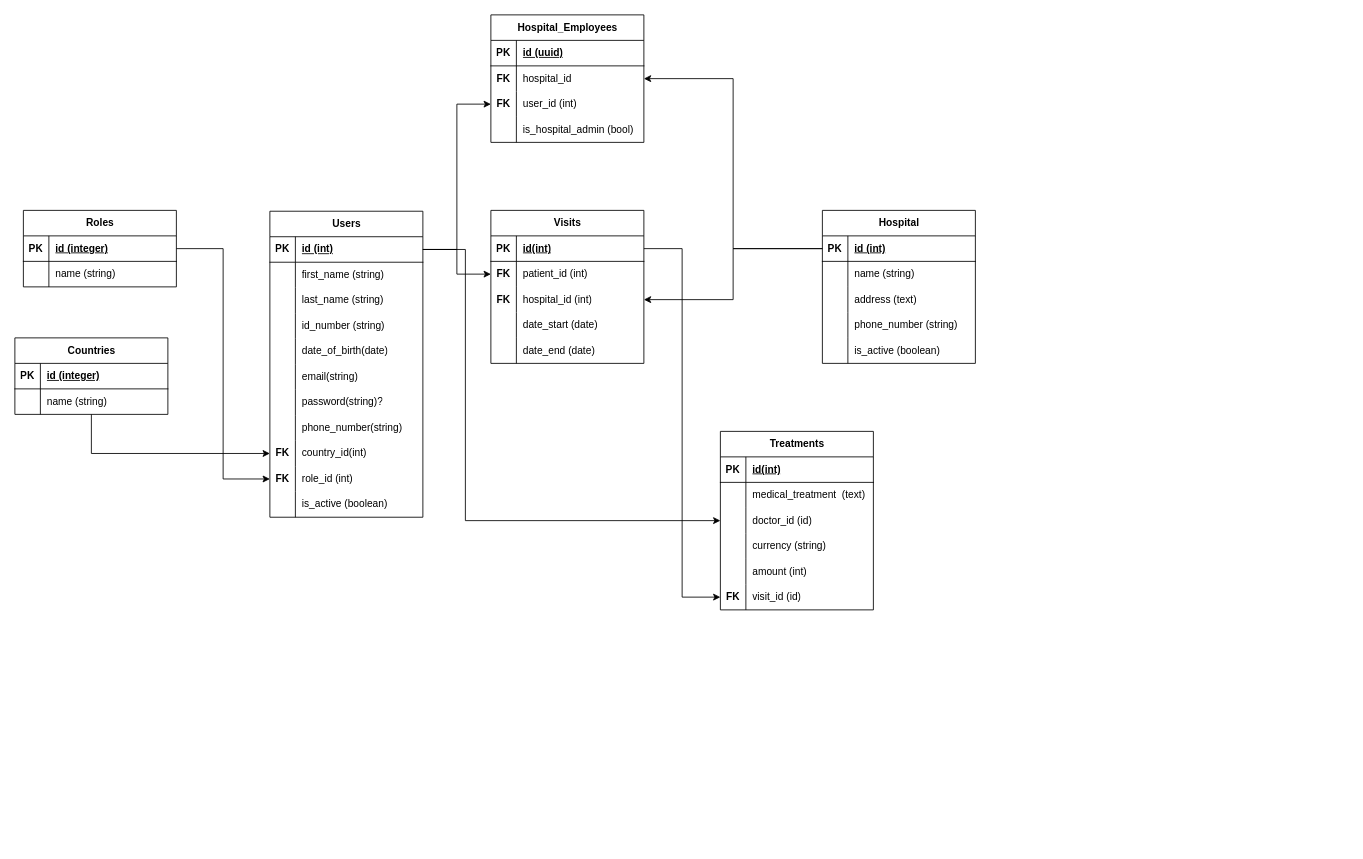
Above: Untitled Diagram.drawio in fao30/hospital-management-be (draw.io), before the change. Source tidied: cells renumbered, new cells numbered last; positions are measured from the earlier drawing's top-left corner, leaving out a move shared by most shapes. Both pictures are drawn from the tidied source at 85%, with x=0, y=0 at pixel (14, 14).
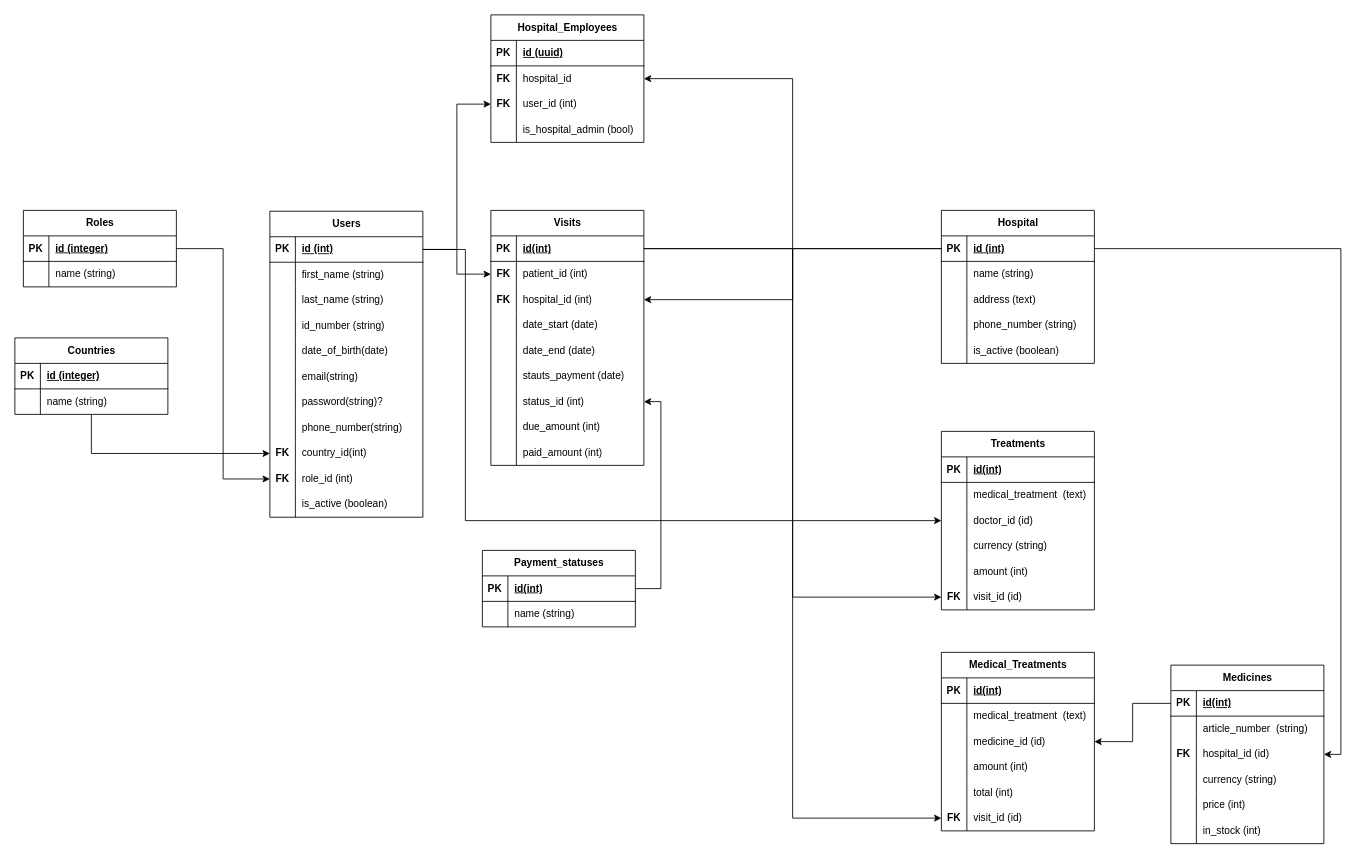
Above is the later version.

The change refers to these unchanged cells:
```xml
<mxCell id="10" style="shape=tableRow;horizontal=0;startSize=0;swimlaneHead=0;swimlaneBody=0;fillColor=none;points=[[0,0.5],[1,0.5]];portConstraint=eastwest;top=0;left=0;right=0;bottom=1;" parent="9" vertex="1">
  <mxGeometry y="30" width="180" height="30" as="geometry" />
</mxCell>
<mxCell id="69" style="shape=tableRow;horizontal=0;startSize=0;swimlaneHead=0;swimlaneBody=0;fillColor=none;points=[[0,0.5],[1,0.5]];portConstraint=eastwest;top=0;left=0;right=0;bottom=1;" parent="68" vertex="1">
  <mxGeometry y="30" width="180" height="30" as="geometry" />
</mxCell>
```

What changed in the source:
```diff
@@
     <mxCell id="9" value="Hospital" style="shape=table;startSize=30;childLayout=tableLayout;rowLines=0;fontStyle=1;align=center;html=1;" parent="1" vertex="1">
-      <mxGeometry x="950" y="230" width="180" height="180" as="geometry" />
+      <mxGeometry x="1090" y="230" width="180" height="180" as="geometry" />
     </mxCell>
@@
     <mxCell id="68" value="Visits" style="shape=table;startSize=30;childLayout=tableLayout;rowLines=0;fontStyle=1;align=center;html=1;" parent="1" vertex="1">
-      <mxGeometry x="560" y="230" width="180" height="180" as="geometry" />
+      <mxGeometry x="560" y="230" width="180" height="300" as="geometry" />
     </mxCell>
@@
+    <mxCell id="122" style="shape=tableRow;horizontal=0;startSize=0;swimlaneHead=0;swimlaneBody=0;fillColor=none;top=0;left=0;right=0;bottom=0;" parent="68" vertex="1">
+      <mxGeometry y="180" width="180" height="30" as="geometry" />
+    </mxCell>
+    <mxCell id="123" style="shape=partialRectangle;fillColor=none;top=0;left=0;bottom=0;right=0;overflow=hidden;whiteSpace=wrap;html=1;" parent="122" vertex="1">
+      <mxGeometry width="30" height="30" as="geometry" />
+    </mxCell>
+    <mxCell id="124" value="stauts_payment (date)" style="shape=partialRectangle;fillColor=none;top=0;left=0;bottom=0;right=0;align=left;spacingLeft=6;overflow=hidden;whiteSpace=wrap;html=1;" parent="122" vertex="1">
+      <mxGeometry x="30" width="150" height="30" as="geometry" />
+    </mxCell>
+    <mxCell id="125" style="shape=tableRow;horizontal=0;startSize=0;swimlaneHead=0;swimlaneBody=0;fillColor=none;points=[[0,0.5],[1,0.5]];portConstraint=eastwest;top=0;left=0;right=0;bottom=0;" parent="68" vertex="1">
+      <mxGeometry y="210" width="180" height="30" as="geometry" />
+    </mxCell>
+    <mxCell id="126" style="shape=partialRectangle;fillColor=none;top=0;left=0;bottom=0;right=0;overflow=hidden;whiteSpace=wrap;html=1;" parent="125" vertex="1">
+      <mxGeometry width="30" height="30" as="geometry" />
+    </mxCell>
+    <mxCell id="127" value="status_id (int)" style="shape=partialRectangle;fillColor=none;top=0;left=0;bottom=0;right=0;align=left;spacingLeft=6;overflow=hidden;whiteSpace=wrap;html=1;" parent="125" vertex="1">
+      <mxGeometry x="30" width="150" height="30" as="geometry" />
+    </mxCell>
+    <mxCell id="128" style="shape=tableRow;horizontal=0;startSize=0;swimlaneHead=0;swimlaneBody=0;fillColor=none;top=0;left=0;right=0;bottom=0;" parent="68" vertex="1">
+      <mxGeometry y="240" width="180" height="30" as="geometry" />
+    </mxCell>
+    <mxCell id="129" style="shape=partialRectangle;fillColor=none;top=0;left=0;bottom=0;right=0;overflow=hidden;whiteSpace=wrap;html=1;" parent="128" vertex="1">
+      <mxGeometry width="30" height="30" as="geometry" />
+    </mxCell>
+    <mxCell id="130" value="due_amount (int)" style="shape=partialRectangle;fillColor=none;top=0;left=0;bottom=0;right=0;align=left;spacingLeft=6;overflow=hidden;whiteSpace=wrap;html=1;" parent="128" vertex="1">
+      <mxGeometry x="30" width="150" height="30" as="geometry" />
+    </mxCell>
+    <mxCell id="131" style="shape=tableRow;horizontal=0;startSize=0;swimlaneHead=0;swimlaneBody=0;fillColor=none;top=0;left=0;right=0;bottom=0;" parent="68" vertex="1">
+      <mxGeometry y="270" width="180" height="30" as="geometry" />
+    </mxCell>
+    <mxCell id="132" style="shape=partialRectangle;fillColor=none;top=0;left=0;bottom=0;right=0;overflow=hidden;whiteSpace=wrap;html=1;" parent="131" vertex="1">
+      <mxGeometry width="30" height="30" as="geometry" />
+    </mxCell>
+    <mxCell id="133" value="paid_amount (int)" style="shape=partialRectangle;fillColor=none;top=0;left=0;bottom=0;right=0;align=left;spacingLeft=6;overflow=hidden;whiteSpace=wrap;html=1;" parent="131" vertex="1">
+      <mxGeometry x="30" width="150" height="30" as="geometry" />
+    </mxCell>
@@
     <mxCell id="101" value="Treatments" style="shape=table;startSize=30;childLayout=tableLayout;rowLines=0;fontStyle=1;align=center;html=1;" parent="1" vertex="1">
-      <mxGeometry x="830" y="490" width="180" height="210" as="geometry" />
+      <mxGeometry x="1090" y="490" width="180" height="210" as="geometry" />
     </mxCell>
@@
+    <mxCell id="134" value="Payment_statuses" style="shape=table;startSize=30;childLayout=tableLayout;rowLines=0;fontStyle=1;align=center;html=1;" parent="1" vertex="1">
+      <mxGeometry x="550" y="630" width="180" height="90" as="geometry" />
+    </mxCell>
+    <mxCell id="135" style="shape=tableRow;horizontal=0;startSize=0;swimlaneHead=0;swimlaneBody=0;fillColor=none;points=[[0,0.5],[1,0.5]];portConstraint=eastwest;top=0;left=0;right=0;bottom=1;" parent="134" vertex="1">
+      <mxGeometry y="30" width="180" height="30" as="geometry" />
+    </mxCell>
+    <mxCell id="136" value="PK" style="shape=partialRectangle;fillColor=none;top=0;left=0;bottom=0;right=0;fontStyle=1;overflow=hidden;whiteSpace=wrap;html=1;" parent="135" vertex="1">
+      <mxGeometry width="30" height="30" as="geometry" />
+    </mxCell>
+    <mxCell id="137" value="id(int)" style="shape=partialRectangle;fillColor=none;top=0;left=0;bottom=0;right=0;align=left;spacingLeft=6;fontStyle=5;overflow=hidden;whiteSpace=wrap;html=1;" parent="135" vertex="1">
+      <mxGeometry x="30" width="150" height="30" as="geometry" />
+    </mxCell>
+    <mxCell id="138" style="shape=tableRow;horizontal=0;startSize=0;swimlaneHead=0;swimlaneBody=0;fillColor=none;top=0;left=0;right=0;bottom=0;" parent="134" vertex="1">
+      <mxGeometry y="60" width="180" height="30" as="geometry" />
+    </mxCell>
+    <mxCell id="139" style="shape=partialRectangle;fillColor=none;top=0;left=0;bottom=0;right=0;overflow=hidden;whiteSpace=wrap;html=1;" parent="138" vertex="1">
+      <mxGeometry width="30" height="30" as="geometry" />
+    </mxCell>
+    <mxCell id="140" value="name (string)" style="shape=partialRectangle;fillColor=none;top=0;left=0;bottom=0;right=0;align=left;spacingLeft=6;overflow=hidden;whiteSpace=wrap;html=1;" parent="138" vertex="1">
+      <mxGeometry x="30" width="150" height="30" as="geometry" />
+    </mxCell>
+    <mxCell id="141" style="edgeStyle=orthogonalEdgeStyle;rounded=0;jettySize=auto;html=1;entryX=1;entryY=0.5;entryDx=0;entryDy=0;" parent="1" edge="1" source="135" target="125">
+      <mxGeometry relative="1" as="geometry" />
+    </mxCell>
+    <mxCell id="142" value="Medicines" style="shape=table;startSize=30;childLayout=tableLayout;rowLines=0;fontStyle=1;align=center;html=1;" parent="1" vertex="1">
+      <mxGeometry x="1360" y="765" width="180" height="210" as="geometry" />
+    </mxCell>
+    <mxCell id="143" style="shape=tableRow;horizontal=0;startSize=0;swimlaneHead=0;swimlaneBody=0;fillColor=none;points=[[0,0.5],[1,0.5]];portConstraint=eastwest;top=0;left=0;right=0;bottom=1;" parent="142" vertex="1">
+      <mxGeometry y="30" width="180" height="30" as="geometry" />
+    </mxCell>
+    <mxCell id="144" value="PK" style="shape=partialRectangle;fillColor=none;top=0;left=0;bottom=0;right=0;fontStyle=1;overflow=hidden;whiteSpace=wrap;html=1;" parent="143" vertex="1">
+      <mxGeometry width="30" height="30" as="geometry" />
+    </mxCell>
+    <mxCell id="145" value="id(int)" style="shape=partialRectangle;fillColor=none;top=0;left=0;bottom=0;right=0;align=left;spacingLeft=6;fontStyle=5;overflow=hidden;whiteSpace=wrap;html=1;" parent="143" vertex="1">
+      <mxGeometry x="30" width="150" height="30" as="geometry" />
+    </mxCell>
+    <mxCell id="146" style="shape=tableRow;horizontal=0;startSize=0;swimlaneHead=0;swimlaneBody=0;fillColor=none;top=0;left=0;right=0;bottom=0;" parent="142" vertex="1">
+      <mxGeometry y="60" width="180" height="30" as="geometry" />
+    </mxCell>
+    <mxCell id="147" style="shape=partialRectangle;fillColor=none;top=0;left=0;bottom=0;right=0;overflow=hidden;whiteSpace=wrap;html=1;" parent="146" vertex="1">
+      <mxGeometry width="30" height="30" as="geometry" />
+    </mxCell>
+    <mxCell id="148" value="article_number&amp;nbsp; (string)" style="shape=partialRectangle;fillColor=none;top=0;left=0;bottom=0;right=0;align=left;spacingLeft=6;overflow=hidden;whiteSpace=wrap;html=1;" parent="146" vertex="1">
+      <mxGeometry x="30" width="150" height="30" as="geometry" />
+    </mxCell>
+    <mxCell id="149" style="shape=tableRow;horizontal=0;startSize=0;swimlaneHead=0;swimlaneBody=0;fillColor=none;points=[[0,0.5],[1,0.5]];portConstraint=eastwest;top=0;left=0;right=0;bottom=0;" parent="142" vertex="1">
+      <mxGeometry y="90" width="180" height="30" as="geometry" />
+    </mxCell>
+    <mxCell id="150" value="&lt;b&gt;FK&lt;/b&gt;" style="shape=partialRectangle;fillColor=none;top=0;left=0;bottom=0;right=0;overflow=hidden;whiteSpace=wrap;html=1;" parent="149" vertex="1">
+      <mxGeometry width="30" height="30" as="geometry" />
+    </mxCell>
+    <mxCell id="151" value="hospital_id (id)" style="shape=partialRectangle;fillColor=none;top=0;left=0;bottom=0;right=0;align=left;spacingLeft=6;overflow=hidden;whiteSpace=wrap;html=1;" parent="149" vertex="1">
+      <mxGeometry x="30" width="150" height="30" as="geometry" />
+    </mxCell>
+    <mxCell id="152" style="shape=tableRow;horizontal=0;startSize=0;swimlaneHead=0;swimlaneBody=0;fillColor=none;top=0;left=0;right=0;bottom=0;" parent="142" vertex="1">
+      <mxGeometry y="120" width="180" height="30" as="geometry" />
+    </mxCell>
+    <mxCell id="153" style="shape=partialRectangle;fillColor=none;top=0;left=0;bottom=0;right=0;overflow=hidden;whiteSpace=wrap;html=1;" parent="152" vertex="1">
+      <mxGeometry width="30" height="30" as="geometry" />
+    </mxCell>
+    <mxCell id="154" value="currency (string)" style="shape=partialRectangle;fillColor=none;top=0;left=0;bottom=0;right=0;align=left;spacingLeft=6;overflow=hidden;whiteSpace=wrap;html=1;" parent="152" vertex="1">
+      <mxGeometry x="30" width="150" height="30" as="geometry" />
+    </mxCell>
+    <mxCell id="155" style="shape=tableRow;horizontal=0;startSize=0;swimlaneHead=0;swimlaneBody=0;fillColor=none;top=0;left=0;right=0;bottom=0;" parent="142" vertex="1">
+      <mxGeometry y="150" width="180" height="30" as="geometry" />
+    </mxCell>
+    <mxCell id="156" style="shape=partialRectangle;fillColor=none;top=0;left=0;bottom=0;right=0;overflow=hidden;whiteSpace=wrap;html=1;" parent="155" vertex="1">
+      <mxGeometry width="30" height="30" as="geometry" />
+    </mxCell>
+    <mxCell id="157" value="price (int)" style="shape=partialRectangle;fillColor=none;top=0;left=0;bottom=0;right=0;align=left;spacingLeft=6;overflow=hidden;whiteSpace=wrap;html=1;" parent="155" vertex="1">
+      <mxGeometry x="30" width="150" height="30" as="geometry" />
+    </mxCell>
+    <mxCell id="158" style="shape=tableRow;horizontal=0;startSize=0;swimlaneHead=0;swimlaneBody=0;fillColor=none;top=0;left=0;right=0;bottom=0;" parent="142" vertex="1">
+      <mxGeometry y="180" width="180" height="30" as="geometry" />
+    </mxCell>
+    <mxCell id="159" style="shape=partialRectangle;fillColor=none;top=0;left=0;bottom=0;right=0;overflow=hidden;whiteSpace=wrap;html=1;" parent="158" vertex="1">
+      <mxGeometry width="30" height="30" as="geometry" />
+    </mxCell>
+    <mxCell id="160" value="in_stock (int)" style="shape=partialRectangle;fillColor=none;top=0;left=0;bottom=0;right=0;align=left;spacingLeft=6;overflow=hidden;whiteSpace=wrap;html=1;" parent="158" vertex="1">
+      <mxGeometry x="30" width="150" height="30" as="geometry" />
+    </mxCell>
+    <mxCell id="161" style="edgeStyle=orthogonalEdgeStyle;rounded=0;jettySize=auto;html=1;entryX=1;entryY=0.5;entryDx=0;entryDy=0;" parent="1" edge="1" source="10" target="149">
+      <mxGeometry relative="1" as="geometry" />
+    </mxCell>
+    <mxCell id="162" value="Medical_Treatments" style="shape=table;startSize=30;childLayout=tableLayout;rowLines=0;fontStyle=1;align=center;html=1;" parent="1" vertex="1">
+      <mxGeometry x="1090" y="750" width="180" height="210" as="geometry" />
+    </mxCell>
+    <mxCell id="163" style="shape=tableRow;horizontal=0;startSize=0;swimlaneHead=0;swimlaneBody=0;fillColor=none;top=0;left=0;right=0;bottom=1;" parent="162" vertex="1">
+      <mxGeometry y="30" width="180" height="30" as="geometry" />
+    </mxCell>
+    <mxCell id="164" value="PK" style="shape=partialRectangle;fillColor=none;top=0;left=0;bottom=0;right=0;fontStyle=1;overflow=hidden;whiteSpace=wrap;html=1;" parent="163" vertex="1">
+      <mxGeometry width="30" height="30" as="geometry" />
+    </mxCell>
+    <mxCell id="165" value="id(int)" style="shape=partialRectangle;fillColor=none;top=0;left=0;bottom=0;right=0;align=left;spacingLeft=6;fontStyle=5;overflow=hidden;whiteSpace=wrap;html=1;" parent="163" vertex="1">
+      <mxGeometry x="30" width="150" height="30" as="geometry" />
+    </mxCell>
+    <mxCell id="166" style="shape=tableRow;horizontal=0;startSize=0;swimlaneHead=0;swimlaneBody=0;fillColor=none;top=0;left=0;right=0;bottom=0;" parent="162" vertex="1">
+      <mxGeometry y="60" width="180" height="30" as="geometry" />
+    </mxCell>
+    <mxCell id="167" style="shape=partialRectangle;fillColor=none;top=0;left=0;bottom=0;right=0;overflow=hidden;whiteSpace=wrap;html=1;" parent="166" vertex="1">
+      <mxGeometry width="30" height="30" as="geometry" />
+    </mxCell>
+    <mxCell id="168" value="medical_treatment&amp;nbsp; (text)" style="shape=partialRectangle;fillColor=none;top=0;left=0;bottom=0;right=0;align=left;spacingLeft=6;overflow=hidden;whiteSpace=wrap;html=1;" parent="166" vertex="1">
+      <mxGeometry x="30" width="150" height="30" as="geometry" />
+    </mxCell>
+    <mxCell id="169" style="shape=tableRow;horizontal=0;startSize=0;swimlaneHead=0;swimlaneBody=0;fillColor=none;points=[[0,0.5],[1,0.5]];portConstraint=eastwest;top=0;left=0;right=0;bottom=0;" parent="162" vertex="1">
+      <mxGeometry y="90" width="180" height="30" as="geometry" />
+    </mxCell>
+    <mxCell id="170" style="shape=partialRectangle;fillColor=none;top=0;left=0;bottom=0;right=0;overflow=hidden;whiteSpace=wrap;html=1;" parent="169" vertex="1">
+      <mxGeometry width="30" height="30" as="geometry" />
+    </mxCell>
+    <mxCell id="171" value="medicine_id (id)" style="shape=partialRectangle;fillColor=none;top=0;left=0;bottom=0;right=0;align=left;spacingLeft=6;overflow=hidden;whiteSpace=wrap;html=1;" parent="169" vertex="1">
+      <mxGeometry x="30" width="150" height="30" as="geometry" />
+    </mxCell>
+    <mxCell id="172" style="shape=tableRow;horizontal=0;startSize=0;swimlaneHead=0;swimlaneBody=0;fillColor=none;top=0;left=0;right=0;bottom=0;" parent="162" vertex="1">
+      <mxGeometry y="120" width="180" height="30" as="geometry" />
+    </mxCell>
+    <mxCell id="173" style="shape=partialRectangle;fillColor=none;top=0;left=0;bottom=0;right=0;overflow=hidden;whiteSpace=wrap;html=1;" parent="172" vertex="1">
+      <mxGeometry width="30" height="30" as="geometry" />
+    </mxCell>
+    <mxCell id="174" value="amount (int)" style="shape=partialRectangle;fillColor=none;top=0;left=0;bottom=0;right=0;align=left;spacingLeft=6;overflow=hidden;whiteSpace=wrap;html=1;" parent="172" vertex="1">
+      <mxGeometry x="30" width="150" height="30" as="geometry" />
+    </mxCell>
+    <mxCell id="175" style="shape=tableRow;horizontal=0;startSize=0;swimlaneHead=0;swimlaneBody=0;fillColor=none;top=0;left=0;right=0;bottom=0;" parent="162" vertex="1">
+      <mxGeometry y="150" width="180" height="30" as="geometry" />
+    </mxCell>
+    <mxCell id="176" style="shape=partialRectangle;fillColor=none;top=0;left=0;bottom=0;right=0;overflow=hidden;whiteSpace=wrap;html=1;" parent="175" vertex="1">
+      <mxGeometry width="30" height="30" as="geometry" />
+    </mxCell>
+    <mxCell id="177" value="total (int)" style="shape=partialRectangle;fillColor=none;top=0;left=0;bottom=0;right=0;align=left;spacingLeft=6;overflow=hidden;whiteSpace=wrap;html=1;" parent="175" vertex="1">
+      <mxGeometry x="30" width="150" height="30" as="geometry" />
+    </mxCell>
+    <mxCell id="178" style="shape=tableRow;horizontal=0;startSize=0;swimlaneHead=0;swimlaneBody=0;fillColor=none;points=[[0,0.5],[1,0.5]];portConstraint=eastwest;top=0;left=0;right=0;bottom=0;" parent="162" vertex="1">
+      <mxGeometry y="180" width="180" height="30" as="geometry" />
+    </mxCell>
+    <mxCell id="179" value="&lt;b&gt;FK&lt;/b&gt;" style="shape=partialRectangle;fillColor=none;top=0;left=0;bottom=0;right=0;overflow=hidden;whiteSpace=wrap;html=1;" parent="178" vertex="1">
+      <mxGeometry width="30" height="30" as="geometry" />
+    </mxCell>
+    <mxCell id="180" value="visit_id (id)" style="shape=partialRectangle;fillColor=none;top=0;left=0;bottom=0;right=0;align=left;spacingLeft=6;overflow=hidden;whiteSpace=wrap;html=1;" parent="178" vertex="1">
+      <mxGeometry x="30" width="150" height="30" as="geometry" />
+    </mxCell>
+    <mxCell id="181" style="edgeStyle=orthogonalEdgeStyle;rounded=0;jettySize=auto;html=1;entryX=1;entryY=0.5;entryDx=0;entryDy=0;" parent="1" edge="1" source="143" target="169">
+      <mxGeometry relative="1" as="geometry" />
+    </mxCell>
+    <mxCell id="182" style="edgeStyle=orthogonalEdgeStyle;rounded=0;jettySize=auto;html=1;entryX=0;entryY=0.5;entryDx=0;entryDy=0;" parent="1" edge="1" source="69" target="178">
+      <mxGeometry relative="1" as="geometry" />
+    </mxCell>
```
